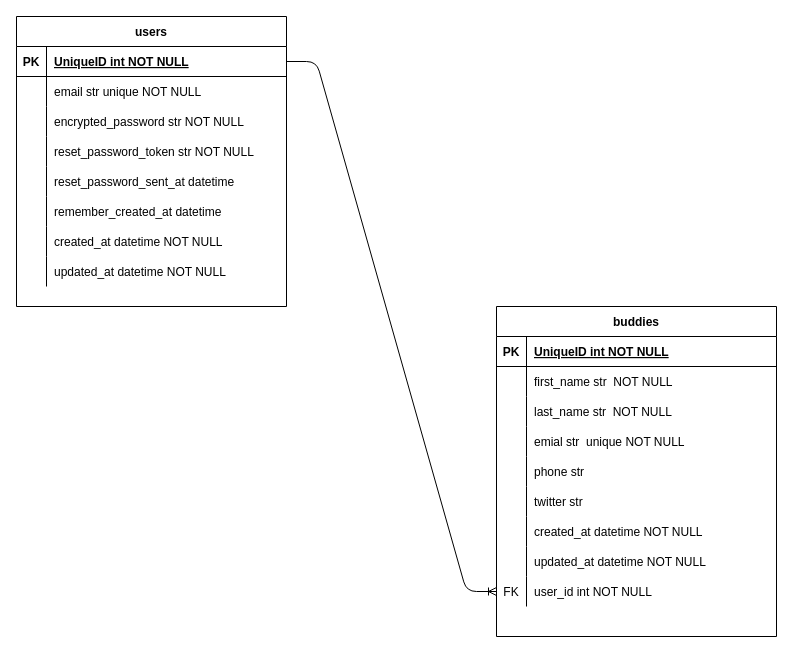
Earlier version of the draw.io diagram buddy.drawio (Ikko-T/buddies-list). Source tidied: cells renumbered, new cells numbered last; positions are measured from the earlier drawing's top-left corner, leaving out a move shared by most shapes. Both pictures are drawn from the tidied source at 100%, with x=0, y=0 at pixel (16, 16).
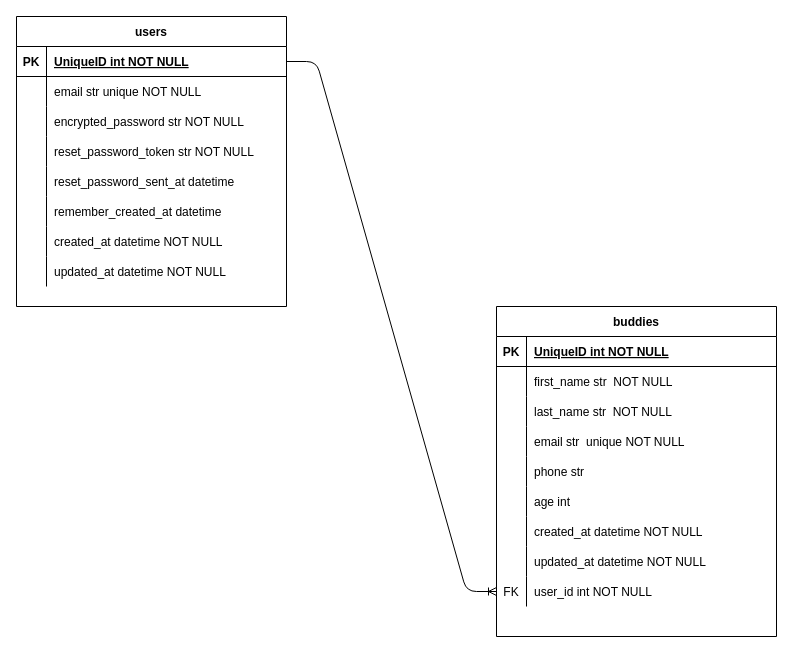
The same diagram, later.

Unchanged cells that the change refers to:
```xml
<mxCell id="37" style="shape=partialRectangle;fillColor=none;top=0;left=0;bottom=0;right=0;" parent="27" vertex="1">
  <mxGeometry y="120" width="280" height="30" as="geometry" />
</mxCell>
<mxCell id="43" style="shape=partialRectangle;fillColor=none;top=0;left=0;bottom=0;right=0;" parent="27" vertex="1">
  <mxGeometry y="180" width="280" height="30" as="geometry" />
</mxCell>
```

Change to the diagram source:
```diff
@@
-    <mxCell id="39" value="emial str  unique NOT NULL" style="shape=partialRectangle;fillColor=none;top=0;left=0;bottom=0;right=0;align=left;spacingLeft=6;overflow=hidden;" parent="37" vertex="1">
+    <mxCell id="39" value="email str  unique NOT NULL" style="shape=partialRectangle;fillColor=none;top=0;left=0;bottom=0;right=0;align=left;spacingLeft=6;overflow=hidden;" parent="37" vertex="1">
       <mxGeometry x="30" width="250" height="30" as="geometry" />
     </mxCell>
@@
-    <mxCell id="45" value="twitter str" style="shape=partialRectangle;fillColor=none;top=0;left=0;bottom=0;right=0;align=left;spacingLeft=6;overflow=hidden;" parent="43" vertex="1">
+    <mxCell id="45" value="age int" style="shape=partialRectangle;fillColor=none;top=0;left=0;bottom=0;right=0;align=left;spacingLeft=6;overflow=hidden;" parent="43" vertex="1">
       <mxGeometry x="30" width="250" height="30" as="geometry" />
     </mxCell>
```
